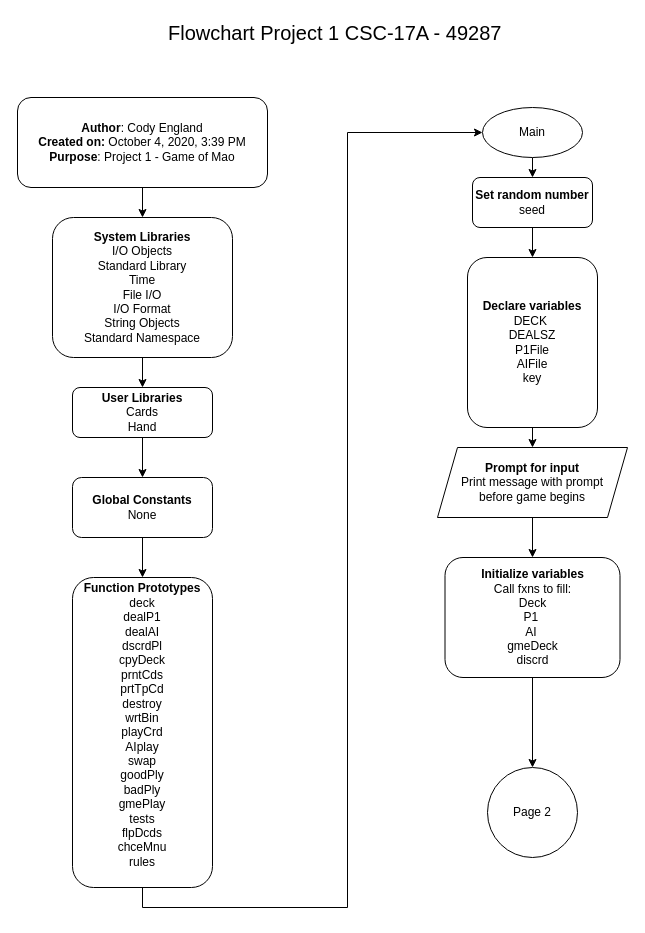
Before: page "Page-1" (1 of 13) of Proj/CSC-17A_Project1_Flowchart.drawio in ce2791334/EnglandCody_CSC17A_49287, a draw.io diagram. Source tidied: cells renumbered, new cells numbered last; positions are measured from the earlier drawing's top-left corner, leaving out a move shared by most shapes. Both pictures are drawn from the tidied source at 100%, with x=0, y=0 at pixel (17, 17).
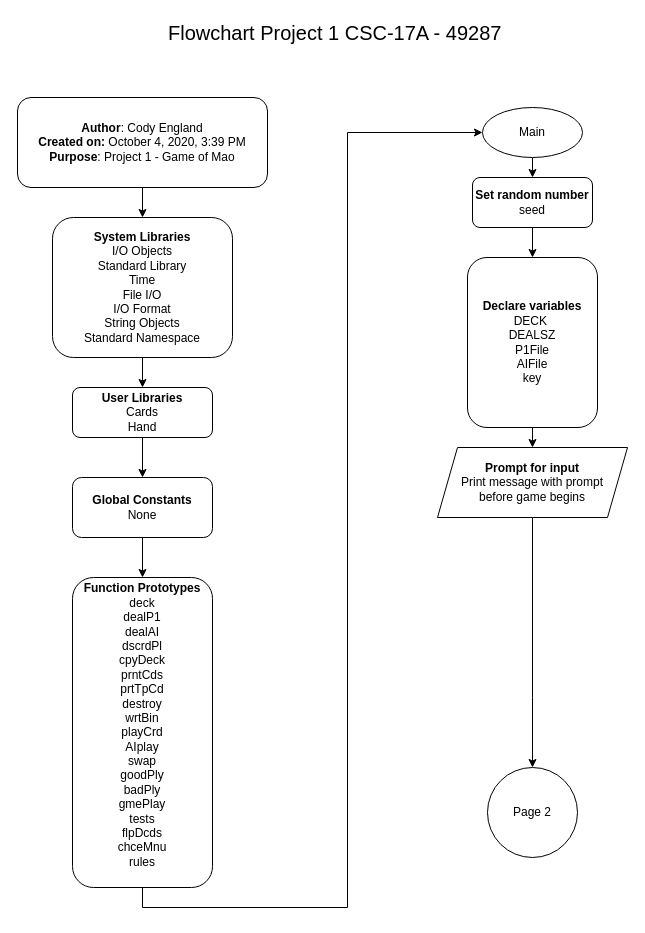
Above is the later version.

Unchanged cells that the change refers to:
```xml
<mxCell id="23" value="Page 2" style="ellipse;whiteSpace=wrap;html=1;strokeWidth=1;fontSize=12;" parent="1" vertex="1">
  <mxGeometry x="470" y="750" width="90" height="90" as="geometry" />
</mxCell>
<mxCell id="26" value="&lt;b&gt;Prompt for input&lt;br&gt;&lt;/b&gt;Print message with prompt&lt;br&gt;before game begins" style="shape=parallelogram;perimeter=parallelogramPerimeter;whiteSpace=wrap;html=1;fixedSize=1;" parent="1" vertex="1">
  <mxGeometry x="420" y="430" width="190" height="70" as="geometry" />
</mxCell>
```

What changed in the source:
```diff
@@
-    <mxCell id="21" style="edgeStyle=orthogonalEdgeStyle;rounded=0;jettySize=auto;html=1;exitX=0.5;exitY=1;exitDx=0;exitDy=0;fontSize=12;" parent="1" edge="1" source="22" target="23">
-      <mxGeometry relative="1" as="geometry" />
-    </mxCell>
-    <mxCell id="22" value="&lt;b&gt;Initialize variables&lt;/b&gt;&lt;br&gt;Call fxns to fill:&lt;br&gt;Deck&lt;br&gt;P1&amp;nbsp;&lt;br&gt;AI&amp;nbsp;&lt;br&gt;gmeDeck&lt;br&gt;discrd" style="rounded=1;whiteSpace=wrap;html=1;strokeWidth=1;fontSize=12;" parent="1" vertex="1">
-      <mxGeometry x="427.5" y="540" width="175" height="120" as="geometry" />
-    </mxCell>
@@
-    <mxCell id="24" style="edgeStyle=orthogonalEdgeStyle;rounded=0;orthogonalLoop=1;jettySize=auto;html=1;exitX=0.5;exitY=1;exitDx=0;exitDy=0;fontSize=12;" parent="1" edge="1" source="22" target="22">
-      <mxGeometry relative="1" as="geometry" />
+    <mxCell id="24" style="edgeStyle=orthogonalEdgeStyle;rounded=0;orthogonalLoop=1;jettySize=auto;html=1;exitX=0.5;exitY=1;exitDx=0;exitDy=0;fontSize=12;" parent="1" edge="1">
+      <mxGeometry relative="1" as="geometry">
+        <mxPoint x="515" y="660" as="sourcePoint" />
+        <mxPoint x="515" y="660" as="targetPoint" />
+      </mxGeometry>
     </mxCell>
-    <mxCell id="25" style="edgeStyle=orthogonalEdgeStyle;rounded=0;jettySize=auto;html=1;exitX=0.5;exitY=1;exitDx=0;exitDy=0;" parent="1" edge="1" source="26" target="22">
-      <mxGeometry relative="1" as="geometry" />
+    <mxCell id="25" style="edgeStyle=orthogonalEdgeStyle;rounded=0;jettySize=auto;html=1;exitX=0.5;exitY=1;exitDx=0;exitDy=0;" parent="1" edge="1" source="26" target="23">
+      <mxGeometry relative="1" as="geometry">
+        <Array as="points">
+          <mxPoint x="515" y="680" />
+          <mxPoint x="515" y="680" />
+        </Array>
+      </mxGeometry>
     </mxCell>
```
